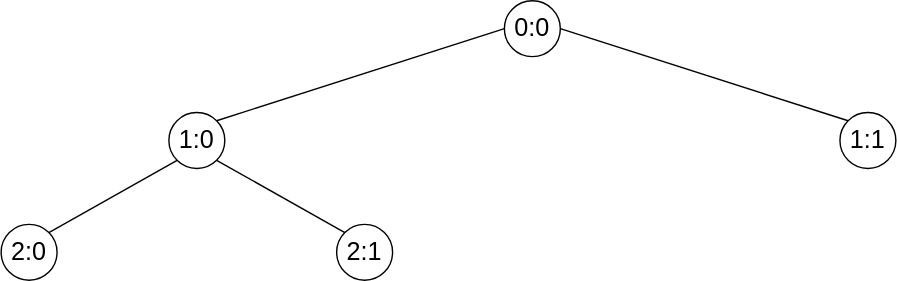
Above: minhton/docs/img/example_four_joins.svg in iml130/sola (draw.io), before the change. Source tidied: cells renumbered, new cells last; positions are measured from the earlier drawing's top-left corner, leaving out a move shared by most shapes. The source it was exported from:
```xml
<mxGraphModel>
  <root>
    <mxCell id="0" />
    <mxCell id="1" parent="0" />
    <mxCell id="2" style="rounded=0;jettySize=auto;html=1;exitX=0;exitY=0.5;exitDx=0;exitDy=0;entryX=1;entryY=0;entryDx=0;entryDy=0;endArrow=none;endFill=0;" parent="1" edge="1" source="4" target="7">
      <mxGeometry relative="1" as="geometry" />
    </mxCell>
    <mxCell id="3" style="rounded=0;jettySize=auto;html=1;exitX=1;exitY=0.5;exitDx=0;exitDy=0;entryX=0;entryY=0;entryDx=0;entryDy=0;endArrow=none;endFill=0;" parent="1" edge="1" source="4" target="8">
      <mxGeometry relative="1" as="geometry" />
    </mxCell>
    <mxCell id="4" value="0:0" style="ellipse;whiteSpace=wrap;html=1;fontSize=18;verticalAlign=middle;horizontal=1;" parent="1" vertex="1">
      <mxGeometry x="360" width="40" height="40" as="geometry" />
    </mxCell>
    <mxCell id="5" style="rounded=0;jettySize=auto;html=1;exitX=0;exitY=1;exitDx=0;exitDy=0;entryX=1;entryY=0;entryDx=0;entryDy=0;endArrow=none;endFill=0;" parent="1" edge="1" source="7" target="9">
      <mxGeometry relative="1" as="geometry" />
    </mxCell>
    <mxCell id="6" style="rounded=0;jettySize=auto;html=1;exitX=1;exitY=1;exitDx=0;exitDy=0;entryX=0;entryY=0;entryDx=0;entryDy=0;endArrow=none;endFill=0;" parent="1" edge="1" source="7" target="10">
      <mxGeometry relative="1" as="geometry" />
    </mxCell>
    <mxCell id="7" value="1:0" style="ellipse;whiteSpace=wrap;html=1;fontSize=18;verticalAlign=middle;horizontal=1;" parent="1" vertex="1">
      <mxGeometry x="120" y="80" width="40" height="40" as="geometry" />
    </mxCell>
    <mxCell id="8" value="1:1" style="ellipse;whiteSpace=wrap;html=1;fontSize=18;verticalAlign=middle;horizontal=1;" parent="1" vertex="1">
      <mxGeometry x="600" y="80" width="40" height="40" as="geometry" />
    </mxCell>
    <mxCell id="9" value="2:0" style="ellipse;whiteSpace=wrap;html=1;fontSize=18;verticalAlign=middle;horizontal=1;" parent="1" vertex="1">
      <mxGeometry y="160" width="40" height="40" as="geometry" />
    </mxCell>
    <mxCell id="10" value="2:1" style="ellipse;whiteSpace=wrap;html=1;fontSize=18;verticalAlign=middle;horizontal=1;" parent="1" vertex="1">
      <mxGeometry x="240" y="160" width="40" height="40" as="geometry" />
    </mxCell>
  </root>
</mxGraphModel>
```
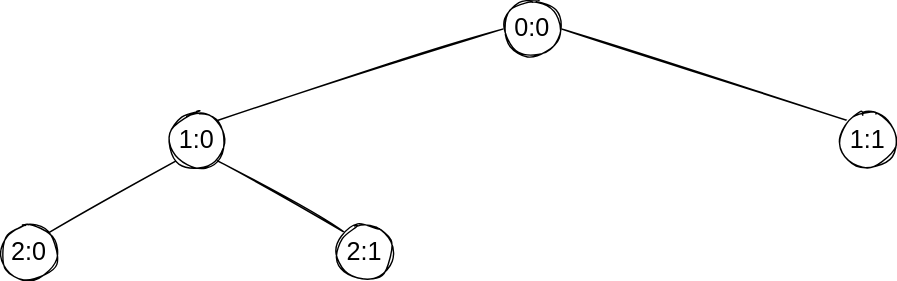
Later version of the same file.

The edit, as a diff of the source:
```diff
@@ -2,31 +2,31 @@
   <root>
     <mxCell id="0" />
     <mxCell id="1" parent="0" />
-    <mxCell id="2" style="rounded=0;jettySize=auto;html=1;exitX=0;exitY=0.5;exitDx=0;exitDy=0;entryX=1;entryY=0;entryDx=0;entryDy=0;endArrow=none;endFill=0;" parent="1" edge="1" source="4" target="7">
+    <mxCell id="2" style="rounded=0;jettySize=auto;html=1;exitX=0;exitY=0.5;exitDx=0;exitDy=0;entryX=1;entryY=0;entryDx=0;entryDy=0;endArrow=none;endFill=0;sketch=1;curveFitting=1;jiggle=1;" parent="1" edge="1" source="4" target="7">
       <mxGeometry relative="1" as="geometry" />
     </mxCell>
-    <mxCell id="3" style="rounded=0;jettySize=auto;html=1;exitX=1;exitY=0.5;exitDx=0;exitDy=0;entryX=0;entryY=0;entryDx=0;entryDy=0;endArrow=none;endFill=0;" parent="1" edge="1" source="4" target="8">
+    <mxCell id="3" style="rounded=0;jettySize=auto;html=1;exitX=1;exitY=0.5;exitDx=0;exitDy=0;entryX=0;entryY=0;entryDx=0;entryDy=0;endArrow=none;endFill=0;sketch=1;curveFitting=1;jiggle=1;" parent="1" edge="1" source="4" target="8">
       <mxGeometry relative="1" as="geometry" />
     </mxCell>
-    <mxCell id="4" value="0:0" style="ellipse;whiteSpace=wrap;html=1;fontSize=18;verticalAlign=middle;horizontal=1;" parent="1" vertex="1">
+    <mxCell id="4" value="0:0" style="ellipse;whiteSpace=wrap;html=1;fontSize=18;verticalAlign=middle;horizontal=1;sketch=1;curveFitting=1;jiggle=1;" parent="1" vertex="1">
       <mxGeometry x="360" width="40" height="40" as="geometry" />
     </mxCell>
-    <mxCell id="5" style="rounded=0;jettySize=auto;html=1;exitX=0;exitY=1;exitDx=0;exitDy=0;entryX=1;entryY=0;entryDx=0;entryDy=0;endArrow=none;endFill=0;" parent="1" edge="1" source="7" target="9">
+    <mxCell id="5" style="rounded=0;jettySize=auto;html=1;exitX=0;exitY=1;exitDx=0;exitDy=0;entryX=1;entryY=0;entryDx=0;entryDy=0;endArrow=none;endFill=0;sketch=1;curveFitting=1;jiggle=1;" parent="1" edge="1" source="7" target="9">
       <mxGeometry relative="1" as="geometry" />
     </mxCell>
-    <mxCell id="6" style="rounded=0;jettySize=auto;html=1;exitX=1;exitY=1;exitDx=0;exitDy=0;entryX=0;entryY=0;entryDx=0;entryDy=0;endArrow=none;endFill=0;" parent="1" edge="1" source="7" target="10">
+    <mxCell id="6" style="rounded=0;jettySize=auto;html=1;exitX=1;exitY=1;exitDx=0;exitDy=0;entryX=0;entryY=0;entryDx=0;entryDy=0;endArrow=none;endFill=0;sketch=1;curveFitting=1;jiggle=1;" parent="1" edge="1" source="7" target="10">
       <mxGeometry relative="1" as="geometry" />
     </mxCell>
-    <mxCell id="7" value="1:0" style="ellipse;whiteSpace=wrap;html=1;fontSize=18;verticalAlign=middle;horizontal=1;" parent="1" vertex="1">
+    <mxCell id="7" value="1:0" style="ellipse;whiteSpace=wrap;html=1;fontSize=18;verticalAlign=middle;horizontal=1;sketch=1;curveFitting=1;jiggle=1;" parent="1" vertex="1">
       <mxGeometry x="120" y="80" width="40" height="40" as="geometry" />
     </mxCell>
-    <mxCell id="8" value="1:1" style="ellipse;whiteSpace=wrap;html=1;fontSize=18;verticalAlign=middle;horizontal=1;" parent="1" vertex="1">
+    <mxCell id="8" value="1:1" style="ellipse;whiteSpace=wrap;html=1;fontSize=18;verticalAlign=middle;horizontal=1;sketch=1;curveFitting=1;jiggle=1;" parent="1" vertex="1">
       <mxGeometry x="600" y="80" width="40" height="40" as="geometry" />
     </mxCell>
-    <mxCell id="9" value="2:0" style="ellipse;whiteSpace=wrap;html=1;fontSize=18;verticalAlign=middle;horizontal=1;" parent="1" vertex="1">
+    <mxCell id="9" value="2:0" style="ellipse;whiteSpace=wrap;html=1;fontSize=18;verticalAlign=middle;horizontal=1;sketch=1;curveFitting=1;jiggle=1;" parent="1" vertex="1">
       <mxGeometry y="160" width="40" height="40" as="geometry" />
     </mxCell>
-    <mxCell id="10" value="2:1" style="ellipse;whiteSpace=wrap;html=1;fontSize=18;verticalAlign=middle;horizontal=1;" parent="1" vertex="1">
+    <mxCell id="10" value="2:1" style="ellipse;whiteSpace=wrap;html=1;fontSize=18;verticalAlign=middle;horizontal=1;sketch=1;curveFitting=1;jiggle=1;" parent="1" vertex="1">
       <mxGeometry x="240" y="160" width="40" height="40" as="geometry" />
     </mxCell>
   </root>
```
